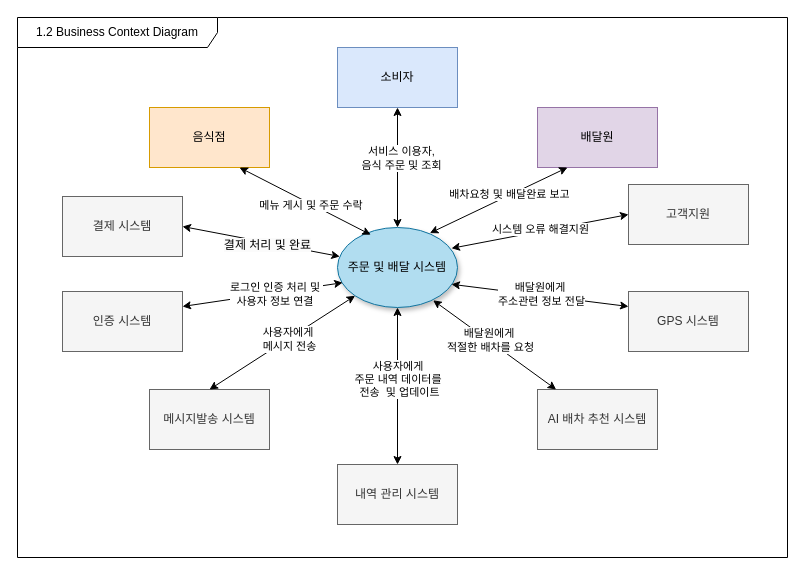
hyun10144/Lecture3-1 keeps this draw.io diagram as page "페이지-2" (2 of 3) of 소웨공 기말.drawio. Above is the earlier version. Source tidied: cells renumbered, new cells numbered last; positions are measured from the earlier drawing's top-left corner, leaving out a move shared by most shapes. Both pictures are drawn from the tidied source at 100%, with x=0, y=0 at pixel (17, 17).
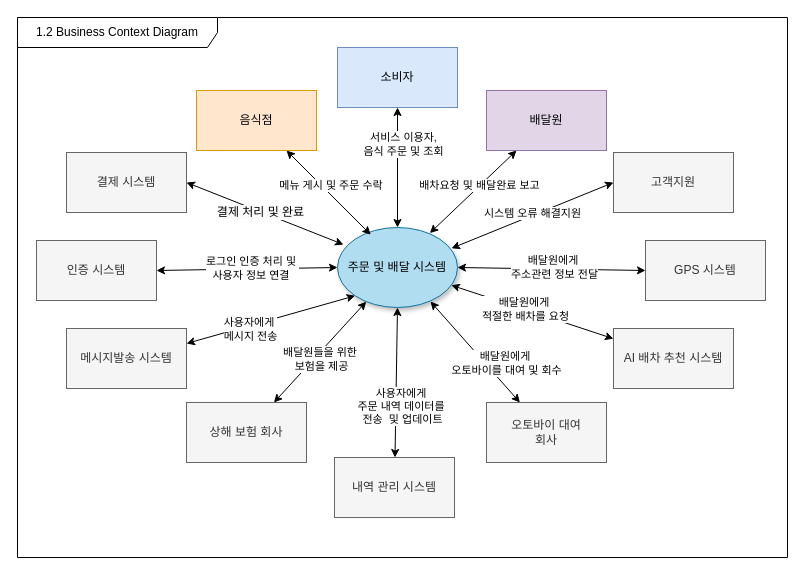
Above is the later version.

Unchanged cells that the change refers to:
```xml
<mxCell id="2" value="1.2 Business Context Diagram" style="shape=umlFrame;whiteSpace=wrap;html=1;width=200;height=30;" parent="1" vertex="1">
  <mxGeometry width="770" height="540" as="geometry" />
</mxCell>
<mxCell id="10" value="주문 및 배달 시스템" style="ellipse;whiteSpace=wrap;html=1;strokeWidth=1;shadow=1;fillColor=#b1ddf0;strokeColor=#10739e;" parent="2" vertex="1">
  <mxGeometry x="320" y="210" width="120" height="80" as="geometry" />
</mxCell>
<mxCell id="13" style="endArrow=classic;startArrow=classic;html=1;rounded=0;entryX=0.5;entryY=1;entryDx=0;entryDy=0;" parent="2" edge="1" source="10" target="3">
  <mxGeometry relative="1" as="geometry" />
</mxCell>
<mxCell id="15" style="endArrow=classic;startArrow=classic;html=1;rounded=0;entryX=0.75;entryY=1;entryDx=0;entryDy=0;exitX=0.277;exitY=0.09;exitDx=0;exitDy=0;exitPerimeter=0;" parent="2" edge="1" source="10" target="4">
  <mxGeometry relative="1" as="geometry" />
</mxCell>
<mxCell id="29" style="endArrow=classic;startArrow=classic;html=1;rounded=0;entryX=0.5;entryY=1;entryDx=0;entryDy=0;" parent="2" edge="1" source="28" target="10">
  <mxGeometry relative="1" as="geometry" />
</mxCell>
```

What changed in the source:
```diff
@@
     <mxCell id="4" value="음식점" style="rounded=0;whiteSpace=wrap;html=1;fillColor=#ffe6cc;strokeColor=#d79b00;" parent="2" vertex="1">
-      <mxGeometry x="132" y="90" width="120" height="60" as="geometry" />
+      <mxGeometry x="179" y="73" width="120" height="60" as="geometry" />
     </mxCell>
     <mxCell id="5" value="배달원" style="rounded=0;whiteSpace=wrap;html=1;fillColor=#e1d5e7;strokeColor=#9673a6;" parent="2" vertex="1">
-      <mxGeometry x="520" y="90" width="120" height="60" as="geometry" />
+      <mxGeometry x="469" y="73" width="120" height="60" as="geometry" />
     </mxCell>
     <mxCell id="6" value="고객지원" style="rounded=0;whiteSpace=wrap;html=1;fillColor=#f5f5f5;fontColor=#333333;strokeColor=#666666;" parent="2" vertex="1">
-      <mxGeometry x="611" y="167" width="120" height="60" as="geometry" />
+      <mxGeometry x="596" y="135" width="120" height="60" as="geometry" />
     </mxCell>
     <mxCell id="7" value="GPS 시스템" style="rounded=0;whiteSpace=wrap;html=1;fillColor=#f5f5f5;fontColor=#333333;strokeColor=#666666;" parent="2" vertex="1">
-      <mxGeometry x="611" y="274" width="120" height="60" as="geometry" />
+      <mxGeometry x="628" y="223" width="120" height="60" as="geometry" />
     </mxCell>
     <mxCell id="8" value="결제 시스템" style="rounded=0;whiteSpace=wrap;html=1;fillColor=#f5f5f5;fontColor=#333333;strokeColor=#666666;" parent="2" vertex="1">
-      <mxGeometry x="45" y="179" width="120" height="60" as="geometry" />
+      <mxGeometry x="49" y="135" width="120" height="60" as="geometry" />
     </mxCell>
     <mxCell id="9" value="인증 시스템" style="rounded=0;whiteSpace=wrap;html=1;fillColor=#f5f5f5;fontColor=#333333;strokeColor=#666666;" parent="2" vertex="1">
-      <mxGeometry x="45" y="274" width="120" height="60" as="geometry" />
+      <mxGeometry x="19" y="223" width="120" height="60" as="geometry" />
     </mxCell>
@@
     <mxCell id="14" value="서비스 이용자,&lt;div&gt;음식 주문 및 조회&lt;/div&gt;" style="edgeLabel;html=1;align=center;verticalAlign=middle;" parent="13" vertex="1">
-      <mxGeometry x="0.17" y="-3" relative="1" as="geometry" />
+      <mxGeometry x="0.17" y="-3" relative="1" as="geometry">
+        <mxPoint x="2" y="-14" as="offset" />
+      </mxGeometry>
     </mxCell>
@@
     <mxCell id="16" value="메뉴 게시 및 주문 수락&amp;nbsp;" style="edgeLabel;html=1;align=center;verticalAlign=middle;" parent="15" vertex="1">
       <mxGeometry x="-0.1" y="1" relative="1" as="geometry">
-        <mxPoint y="-1" as="offset" />
+        <mxPoint y="-12" as="offset" />
       </mxGeometry>
     </mxCell>
-    <mxCell id="17" style="endArrow=classic;startArrow=classic;html=1;rounded=0;entryX=1;entryY=0.5;entryDx=0;entryDy=0;" parent="2" edge="1" source="10" target="8">
+    <mxCell id="17" style="endArrow=classic;startArrow=classic;html=1;rounded=0;entryX=1;entryY=0.5;entryDx=0;entryDy=0;exitX=0.05;exitY=0.213;exitDx=0;exitDy=0;exitPerimeter=0;" parent="2" edge="1" source="10" target="8">
       <mxGeometry relative="1" as="geometry" />
     </mxCell>
     <mxCell id="18" value="&lt;span style=&quot;font-size: 12px; background-color: rgb(251, 251, 251);&quot;&gt;결제 처리 및 완료&lt;/span&gt;" style="edgeLabel;html=1;align=center;verticalAlign=middle;" parent="17" vertex="1">
       <mxGeometry x="-0.22" y="1" relative="1" as="geometry">
-        <mxPoint x="-12" y="-1" as="offset" />
+        <mxPoint x="-22" y="-9" as="offset" />
       </mxGeometry>
     </mxCell>
@@
-    <mxCell id="21" style="endArrow=classic;startArrow=classic;html=1;rounded=0;entryX=1;entryY=0.25;entryDx=0;entryDy=0;exitX=0.043;exitY=0.69;exitDx=0;exitDy=0;exitPerimeter=0;" parent="2" edge="1" source="10" target="9">
+    <mxCell id="21" style="endArrow=classic;startArrow=classic;html=1;rounded=0;entryX=1;entryY=0.5;entryDx=0;entryDy=0;exitX=0;exitY=0.5;exitDx=0;exitDy=0;" parent="2" edge="1" source="10" target="9">
       <mxGeometry relative="1" as="geometry" />
     </mxCell>
     <mxCell id="22" value="로그인 인증 처리 및&amp;nbsp;&lt;div&gt;사용자 정보 연결&amp;nbsp;&lt;/div&gt;" style="edgeLabel;html=1;align=center;verticalAlign=middle;" parent="21" vertex="1">
-      <mxGeometry x="-0.16" y="1" relative="1" as="geometry" />
+      <mxGeometry x="-0.16" y="1" relative="1" as="geometry">
+        <mxPoint x="-10" y="-2" as="offset" />
+      </mxGeometry>
     </mxCell>
-    <mxCell id="23" style="endArrow=classic;startArrow=classic;html=1;rounded=0;entryX=0.95;entryY=0.71;entryDx=0;entryDy=0;exitX=0;exitY=0.25;exitDx=0;exitDy=0;entryPerimeter=0;" parent="2" edge="1" source="7" target="10">
+    <mxCell id="23" style="endArrow=classic;startArrow=classic;html=1;rounded=0;entryX=1;entryY=0.5;entryDx=0;entryDy=0;exitX=0;exitY=0.5;exitDx=0;exitDy=0;" parent="2" edge="1" source="7" target="10">
       <mxGeometry relative="1" as="geometry" />
     </mxCell>
@@
     <mxCell id="25" value="메시지발송 시스템" style="rounded=0;whiteSpace=wrap;html=1;fillColor=#f5f5f5;fontColor=#333333;strokeColor=#666666;" parent="2" vertex="1">
-      <mxGeometry x="132" y="372" width="120" height="60" as="geometry" />
+      <mxGeometry x="49" y="311" width="120" height="60" as="geometry" />
     </mxCell>
-    <mxCell id="26" style="endArrow=classic;startArrow=classic;html=1;rounded=0;exitX=0.5;exitY=0;exitDx=0;exitDy=0;entryX=0;entryY=1;entryDx=0;entryDy=0;" parent="2" edge="1" source="25" target="10">
+    <mxCell id="26" style="endArrow=classic;startArrow=classic;html=1;rounded=0;exitX=1;exitY=0.25;exitDx=0;exitDy=0;entryX=0;entryY=1;entryDx=0;entryDy=0;" parent="2" edge="1" source="25" target="10">
       <mxGeometry relative="1" as="geometry" />
     </mxCell>
     <mxCell id="27" value="사용자에게&amp;nbsp;&lt;div&gt;메시지 전송&lt;/div&gt;" style="edgeLabel;html=1;align=center;verticalAlign=middle;" parent="26" vertex="1">
-      <mxGeometry x="0.09" y="-1" relative="1" as="geometry" />
+      <mxGeometry x="0.09" y="-1" relative="1" as="geometry">
+        <mxPoint x="-28" y="10" as="offset" />
+      </mxGeometry>
     </mxCell>
     <mxCell id="28" value="내역 관리 시스템" style="rounded=0;whiteSpace=wrap;html=1;fillColor=#f5f5f5;fontColor=#333333;strokeColor=#666666;" parent="2" vertex="1">
-      <mxGeometry x="320" y="447" width="120" height="60" as="geometry" />
+      <mxGeometry x="317" y="440" width="120" height="60" as="geometry" />
     </mxCell>
@@
     <mxCell id="30" value="사용자에게&amp;nbsp;&lt;div&gt;주문 내역 데이터를&amp;nbsp;&lt;/div&gt;&lt;div&gt;전송&amp;nbsp; 및 업데이트&lt;/div&gt;" style="edgeLabel;html=1;align=center;verticalAlign=middle;" parent="29" vertex="1">
-      <mxGeometry x="0.09" y="-1" relative="1" as="geometry" />
+      <mxGeometry x="0.09" y="-1" relative="1" as="geometry">
+        <mxPoint x="5" y="30" as="offset" />
+      </mxGeometry>
     </mxCell>
     <mxCell id="31" value="AI 배차 추천 시스템" style="rounded=0;whiteSpace=wrap;html=1;fillColor=#f5f5f5;fontColor=#333333;strokeColor=#666666;" parent="2" vertex="1">
-      <mxGeometry x="520" y="372" width="120" height="60" as="geometry" />
+      <mxGeometry x="596" y="311" width="120" height="60" as="geometry" />
     </mxCell>
-    <mxCell id="32" style="endArrow=classic;startArrow=classic;html=1;rounded=0;entryX=0.797;entryY=0.91;entryDx=0;entryDy=0;entryPerimeter=0;" parent="2" edge="1" source="31" target="10">
+    <mxCell id="32" style="endArrow=classic;startArrow=classic;html=1;rounded=0;" parent="2" edge="1" source="31" target="10">
       <mxGeometry relative="1" as="geometry" />
     </mxCell>
@@
+    <mxCell id="34" value="오토바이 대여&lt;br&gt;회사" style="rounded=0;whiteSpace=wrap;html=1;fillColor=#f5f5f5;fontColor=#333333;strokeColor=#666666;" parent="2" vertex="1">
+      <mxGeometry x="469" y="385" width="120" height="60" as="geometry" />
+    </mxCell>
+    <mxCell id="35" style="endArrow=classic;startArrow=classic;html=1;rounded=0;entryX=0.775;entryY=0.925;entryDx=0;entryDy=0;entryPerimeter=0;" parent="2" edge="1" source="34" target="10">
+      <mxGeometry relative="1" as="geometry" />
+    </mxCell>
+    <mxCell id="36" value="배달원에게&amp;nbsp;&lt;div&gt;오토바이를 대여 및 회수&lt;/div&gt;" style="edgeLabel;html=1;align=center;verticalAlign=middle;" parent="35" vertex="1">
+      <mxGeometry x="0.09" y="-1" relative="1" as="geometry">
+        <mxPoint x="34" y="17" as="offset" />
+      </mxGeometry>
+    </mxCell>
+    <mxCell id="37" value="상해 보험 회사" style="rounded=0;whiteSpace=wrap;html=1;fillColor=#f5f5f5;fontColor=#333333;strokeColor=#666666;" parent="2" vertex="1">
+      <mxGeometry x="169" y="385" width="120" height="60" as="geometry" />
+    </mxCell>
+    <mxCell id="38" style="endArrow=classic;startArrow=classic;html=1;rounded=0;" parent="2" edge="1" source="37" target="10">
+      <mxGeometry relative="1" as="geometry" />
+    </mxCell>
+    <mxCell id="39" value="배달원들을 위한&amp;nbsp;&lt;div&gt;보험을 제공&lt;br&gt;&lt;/div&gt;" style="edgeLabel;html=1;align=center;verticalAlign=middle;" parent="38" vertex="1">
+      <mxGeometry x="0.09" y="-1" relative="1" as="geometry">
+        <mxPoint x="-4" y="11" as="offset" />
+      </mxGeometry>
+    </mxCell>
```
